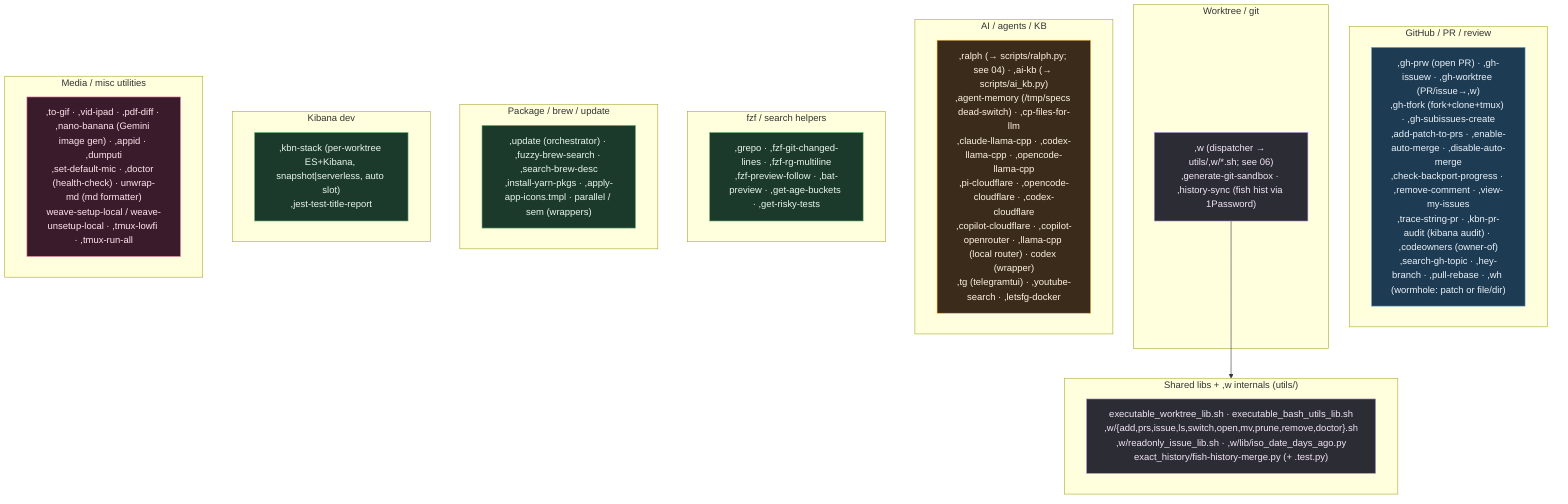
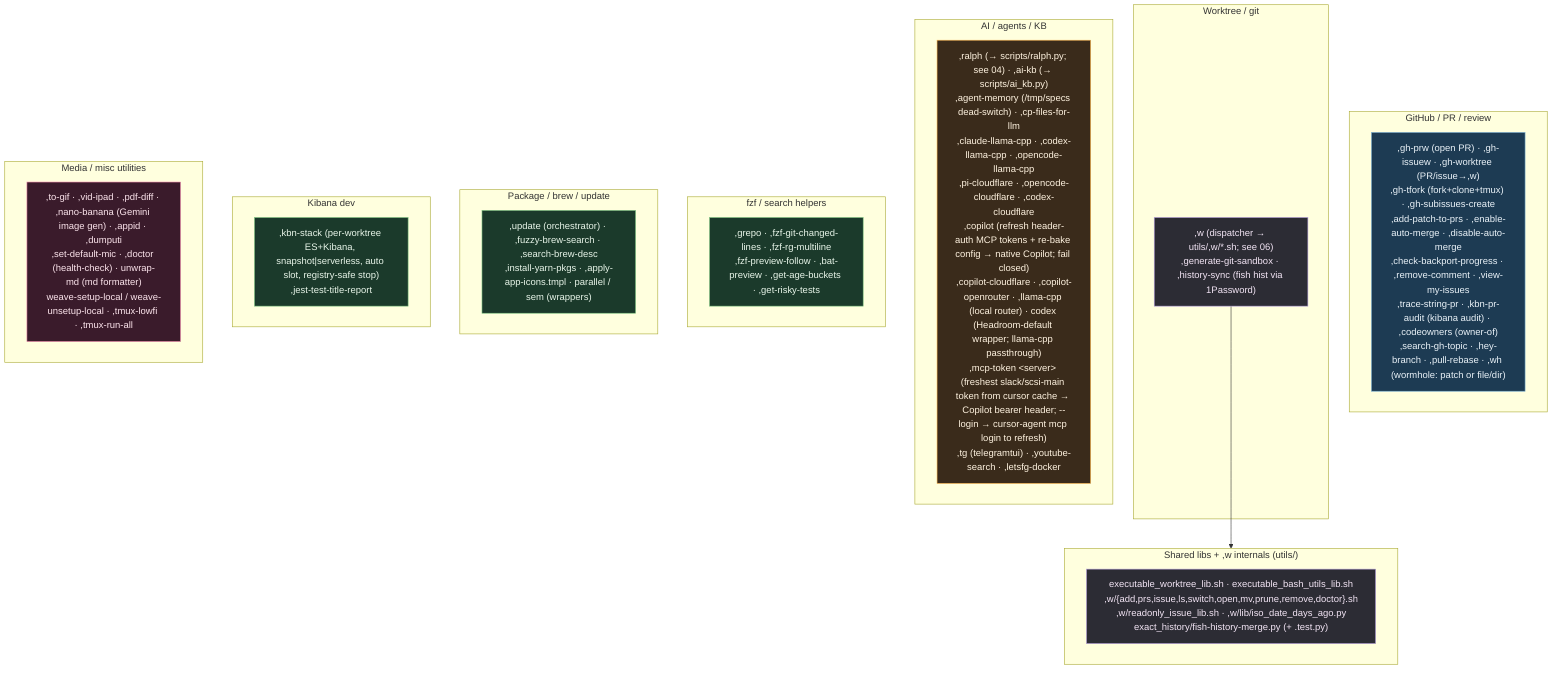
%% ============================================================================
- %% 07c-bin-commands.mmd — Every script in home/exact_bin/ (84 incl. utils).
+ %% 07c-bin-commands.mmd — Every script in home/exact_bin/ (86 incl. utils).
%% executable_,* → ~/bin/,* (comma-prefixed user commands). verify-bin-surface
%% keeps each command covered by fish completions, docs, and this catalog.
%% ============================================================================
flowchart TB
    classDef gh fill:#1d3b53,stroke:#7fb3d5,color:#eaf2f8;
    classDef wt fill:#2c2c34,stroke:#b39ddb,color:#f3e5f5;
    classDef ai fill:#3a2b1b,stroke:#ffb74d,color:#fff3e0;
    classDef media fill:#3a1b2b,stroke:#f48fb1,color:#fce4ec;
    classDef sys fill:#1b3a2b,stroke:#81c784,color:#e8f5e9;

    subgraph GHC["GitHub / PR / review"]
        G[",gh-prw (open PR) · ,gh-issuew · ,gh-worktree (PR/issue→,w)<br/>,gh-tfork (fork+clone+tmux) · ,gh-subissues-create<br/>,add-patch-to-prs · ,enable-auto-merge · ,disable-auto-merge<br/>,check-backport-progress · ,remove-comment · ,view-my-issues<br/>,trace-string-pr · ,kbn-pr-audit (kibana audit) · ,codeowners (owner-of)<br/>,search-gh-topic · ,hey-branch · ,pull-rebase · ,wh (wormhole: patch or file/dir)"]:::gh
    end

    subgraph WTC["Worktree / git"]
        W[",w (dispatcher → utils/,w/*.sh; see 06)<br/>,generate-git-sandbox · ,history-sync (fish hist via 1Password)"]:::wt
    end

    subgraph AIC["AI / agents / KB"]
-         A[",ralph (→ scripts/ralph.py; see 04) · ,ai-kb (→ scripts/ai_kb.py)<br/>,agent-memory (/tmp/specs dead-switch) · ,cp-files-for-llm<br/>,claude-llama-cpp · ,codex-llama-cpp · ,opencode-llama-cpp<br/>,pi-cloudflare · ,opencode-cloudflare · ,codex-cloudflare<br/>,copilot-cloudflare · ,copilot-openrouter · ,llama-cpp (local router) · codex (wrapper)<br/>,tg (telegramtui) · ,youtube-search · ,letsfg-docker"]:::ai
+         A[",ralph (→ scripts/ralph.py; see 04) · ,ai-kb (→ scripts/ai_kb.py)<br/>,agent-memory (/tmp/specs dead-switch) · ,cp-files-for-llm<br/>,claude-llama-cpp · ,codex-llama-cpp · ,opencode-llama-cpp<br/>,pi-cloudflare · ,opencode-cloudflare · ,codex-cloudflare<br/>,copilot (refresh header-auth MCP tokens + re-bake config → native Copilot; fail closed)<br/>,copilot-cloudflare · ,copilot-openrouter · ,llama-cpp (local router) · codex (Headroom-default wrapper; llama-cpp passthrough)<br/>,mcp-token &lt;server&gt; (freshest slack/scsi-main token from cursor cache → Copilot bearer header; --login → cursor-agent mcp login to refresh)<br/>,tg (telegramtui) · ,youtube-search · ,letsfg-docker"]:::ai
    end

    subgraph FZFC["fzf / search helpers"]
        F[",grepo · ,fzf-git-changed-lines · ,fzf-rg-multiline<br/>,fzf-preview-follow · ,bat-preview · ,get-age-buckets · ,get-risky-tests"]:::sys
    end

    subgraph PKGC["Package / brew / update"]
        P[",update (orchestrator) · ,fuzzy-brew-search · ,search-brew-desc<br/>,install-yarn-pkgs · ,apply-app-icons.tmpl · parallel / sem (wrappers)"]:::sys
    end

    subgraph KBNC["Kibana dev"]
-         K[",kbn-stack (per-worktree ES+Kibana, snapshot|serverless, auto slot)<br/>,jest-test-title-report"]:::sys
+         K[",kbn-stack (per-worktree ES+Kibana, snapshot|serverless, auto slot, registry-safe stop)<br/>,jest-test-title-report"]:::sys
    end

    subgraph MEDIA["Media / misc utilities"]
        M[",to-gif · ,vid-ipad · ,pdf-diff · ,nano-banana (Gemini image gen) · ,appid · ,dumputi<br/>,set-default-mic · ,doctor (health-check) · unwrap-md (md formatter)<br/>weave-setup-local / weave-unsetup-local · ,tmux-lowfi · ,tmux-run-all"]:::media
    end

    subgraph LIBS["Shared libs + ,w internals (utils/)"]
        L["executable_worktree_lib.sh · executable_bash_utils_lib.sh<br/>,w/{add,prs,issue,ls,switch,open,mv,prune,remove,doctor}.sh<br/>,w/readonly_issue_lib.sh · ,w/lib/iso_date_days_ago.py<br/>exact_history/fish-history-merge.py (+ .test.py)"]:::wt
    end
    W --> LIBS
